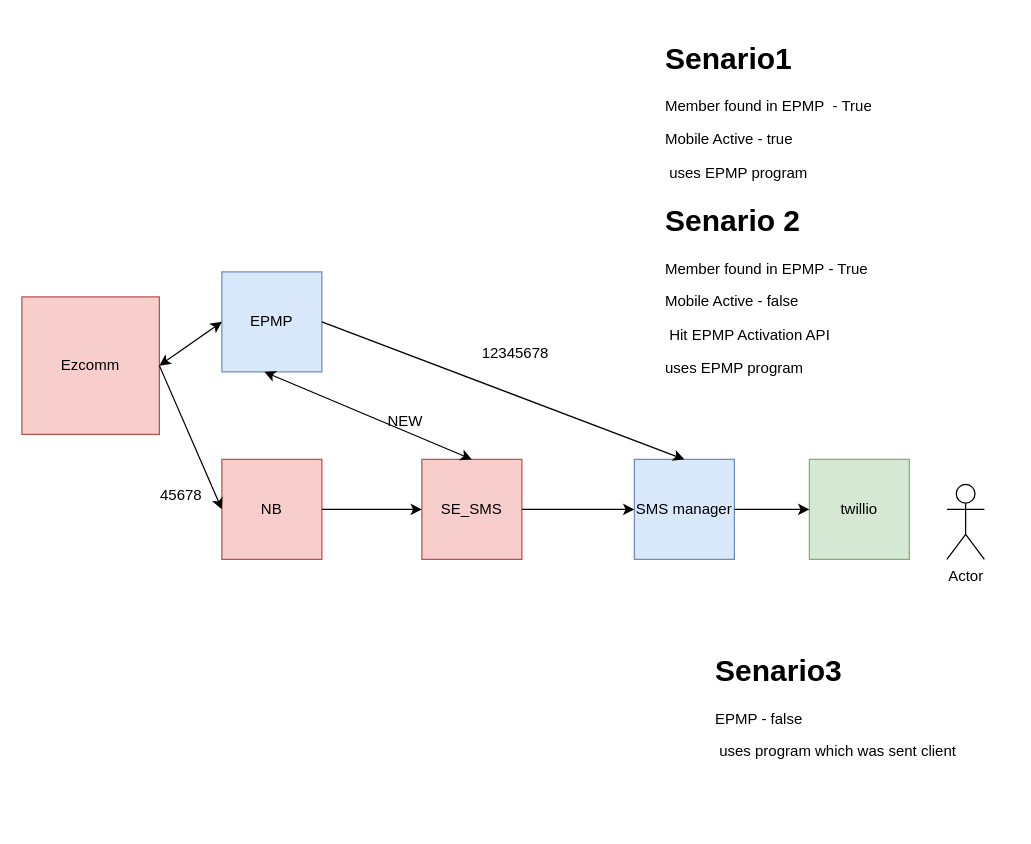
Before: Ezcomm-SMS-Flow.drawio in rachakondaharish/DrawIo, a draw.io diagram. Source tidied: cells renumbered, new cells numbered last; positions are measured from the earlier drawing's top-left corner, leaving out a move shared by most shapes. Both pictures are drawn from the tidied source at 125%, with x=0, y=0 at pixel (21, 34).
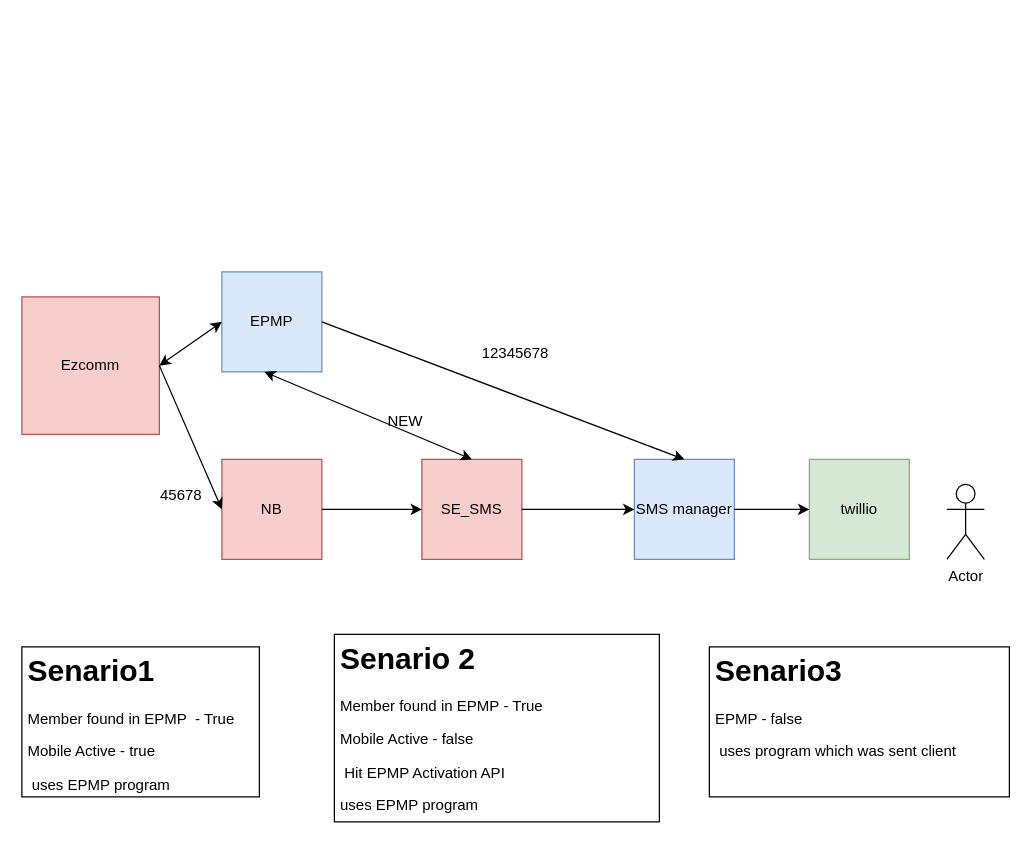
The same diagram, later.

Change to the diagram source:
```diff
@@
-    <mxCell id="19" value="&lt;h1&gt;Senario1&amp;nbsp;&lt;/h1&gt;&lt;p&gt;Member found in EPMP&amp;nbsp; - True&amp;nbsp;&lt;/p&gt;&lt;p&gt;Mobile Active - true&amp;nbsp;&lt;/p&gt;&lt;p&gt;&amp;nbsp;uses EPMP program&amp;nbsp;&lt;/p&gt;" style="text;html=1;strokeColor=none;fillColor=none;spacing=5;spacingTop=-20;whiteSpace=wrap;overflow=hidden;rounded=0;" parent="1" vertex="1">
-      <mxGeometry x="510" width="190" height="120" as="geometry" />
+    <mxCell id="19" value="&lt;h1&gt;Senario1&amp;nbsp;&lt;/h1&gt;&lt;p&gt;Member found in EPMP&amp;nbsp; - True&amp;nbsp;&lt;/p&gt;&lt;p&gt;Mobile Active - true&amp;nbsp;&lt;/p&gt;&lt;p&gt;&amp;nbsp;uses EPMP program&amp;nbsp;&lt;/p&gt;" style="text;html=1;strokeColor=#000000;fillColor=none;spacing=5;spacingTop=-20;whiteSpace=wrap;overflow=hidden;rounded=0;" parent="1" vertex="1">
+      <mxGeometry y="490" width="190" height="120" as="geometry" />
     </mxCell>
-    <mxCell id="20" value="&lt;h1&gt;Senario 2&amp;nbsp;&lt;/h1&gt;Member found in EPMP&amp;nbsp;&lt;span&gt;- True&amp;nbsp;&lt;/span&gt;&lt;br&gt;&lt;p&gt;Mobile Active - false&amp;nbsp;&amp;nbsp;&lt;/p&gt;&lt;p&gt;&amp;nbsp;Hit EPMP Activation API&lt;/p&gt;&lt;p&gt;uses EPMP program&amp;nbsp;&lt;/p&gt;" style="text;html=1;strokeColor=none;fillColor=none;spacing=5;spacingTop=-20;whiteSpace=wrap;overflow=hidden;rounded=0;" parent="1" vertex="1">
-      <mxGeometry x="510" y="130" width="260" height="150" as="geometry" />
+    <mxCell id="20" value="&lt;h1&gt;Senario 2&amp;nbsp;&lt;/h1&gt;Member found in EPMP&amp;nbsp;&lt;span&gt;- True&amp;nbsp;&lt;/span&gt;&lt;br&gt;&lt;p&gt;Mobile Active - false&amp;nbsp;&amp;nbsp;&lt;/p&gt;&lt;p&gt;&amp;nbsp;Hit EPMP Activation API&lt;/p&gt;&lt;p&gt;uses EPMP program&amp;nbsp;&lt;/p&gt;" style="text;html=1;strokeColor=#000000;fillColor=none;spacing=5;spacingTop=-20;whiteSpace=wrap;overflow=hidden;rounded=0;" parent="1" vertex="1">
+      <mxGeometry x="250" y="480" width="260" height="150" as="geometry" />
     </mxCell>
-    <mxCell id="21" value="&lt;h1&gt;Senario3&amp;nbsp;&lt;/h1&gt;&lt;p&gt;EPMP - false&amp;nbsp;&lt;span&gt;&amp;nbsp;&lt;/span&gt;&lt;/p&gt;&lt;p&gt;&amp;nbsp;uses program which was sent client&amp;nbsp;&lt;/p&gt;" style="text;html=1;strokeColor=none;fillColor=none;spacing=5;spacingTop=-20;whiteSpace=wrap;overflow=hidden;rounded=0;" parent="1" vertex="1">
+    <mxCell id="21" value="&lt;h1&gt;Senario3&amp;nbsp;&lt;/h1&gt;&lt;p&gt;EPMP - false&amp;nbsp;&lt;span&gt;&amp;nbsp;&lt;/span&gt;&lt;/p&gt;&lt;p&gt;&amp;nbsp;uses program which was sent client&amp;nbsp;&lt;/p&gt;" style="text;html=1;strokeColor=#000000;fillColor=none;spacing=5;spacingTop=-20;whiteSpace=wrap;overflow=hidden;rounded=0;" parent="1" vertex="1">
       <mxGeometry x="550" y="490" width="240" height="120" as="geometry" />
     </mxCell>
```
